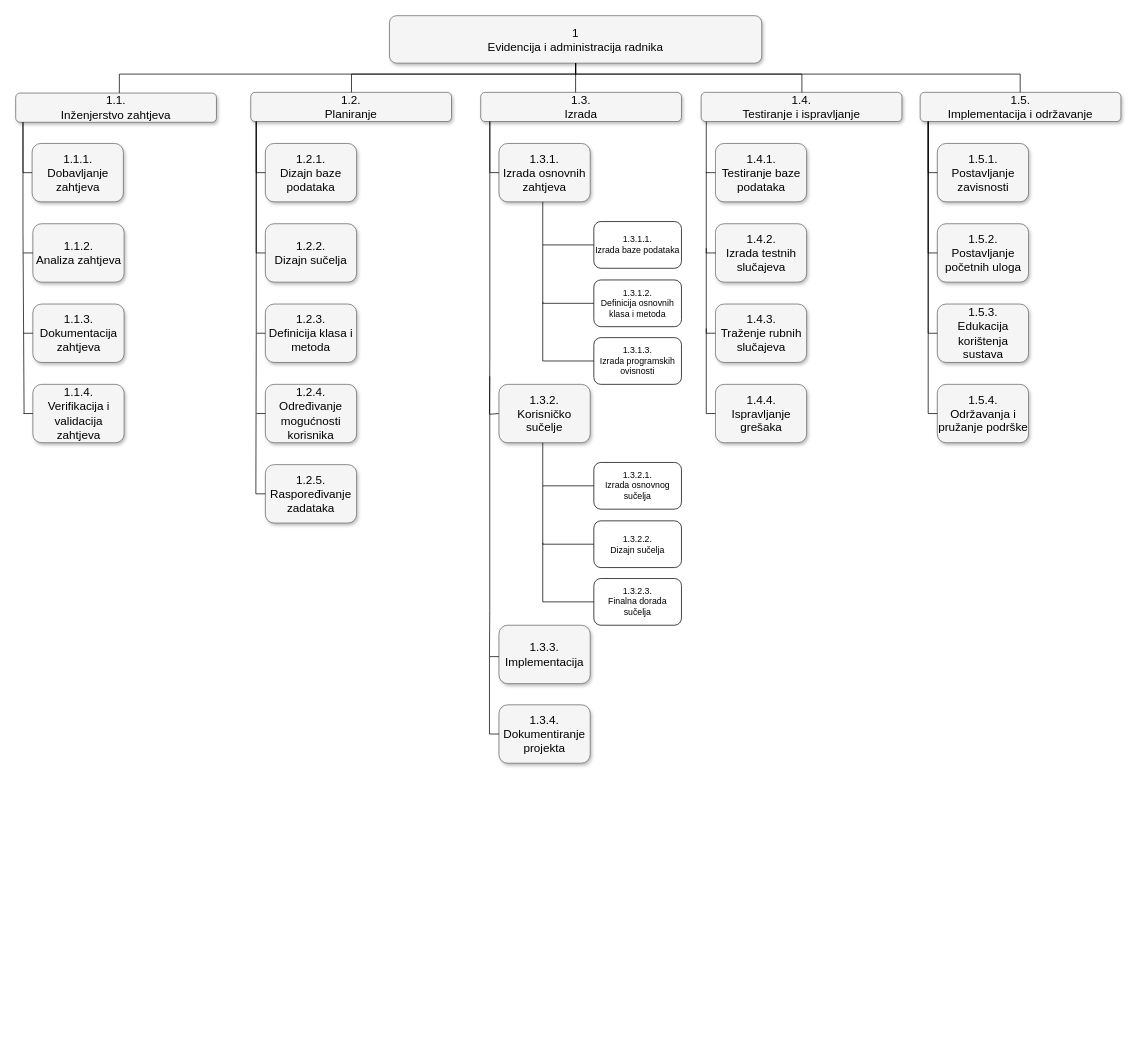
Before: Documentation/EIAR_wbs.drawio in Alpfonso/Evidencija-i-administracija-radnika, a draw.io diagram. Source tidied: cells renumbered, new cells numbered last; positions are measured from the earlier drawing's top-left corner, leaving out a move shared by most shapes. Both pictures are drawn from the tidied source at 73%, with x=0, y=0 at pixel (15, 15).
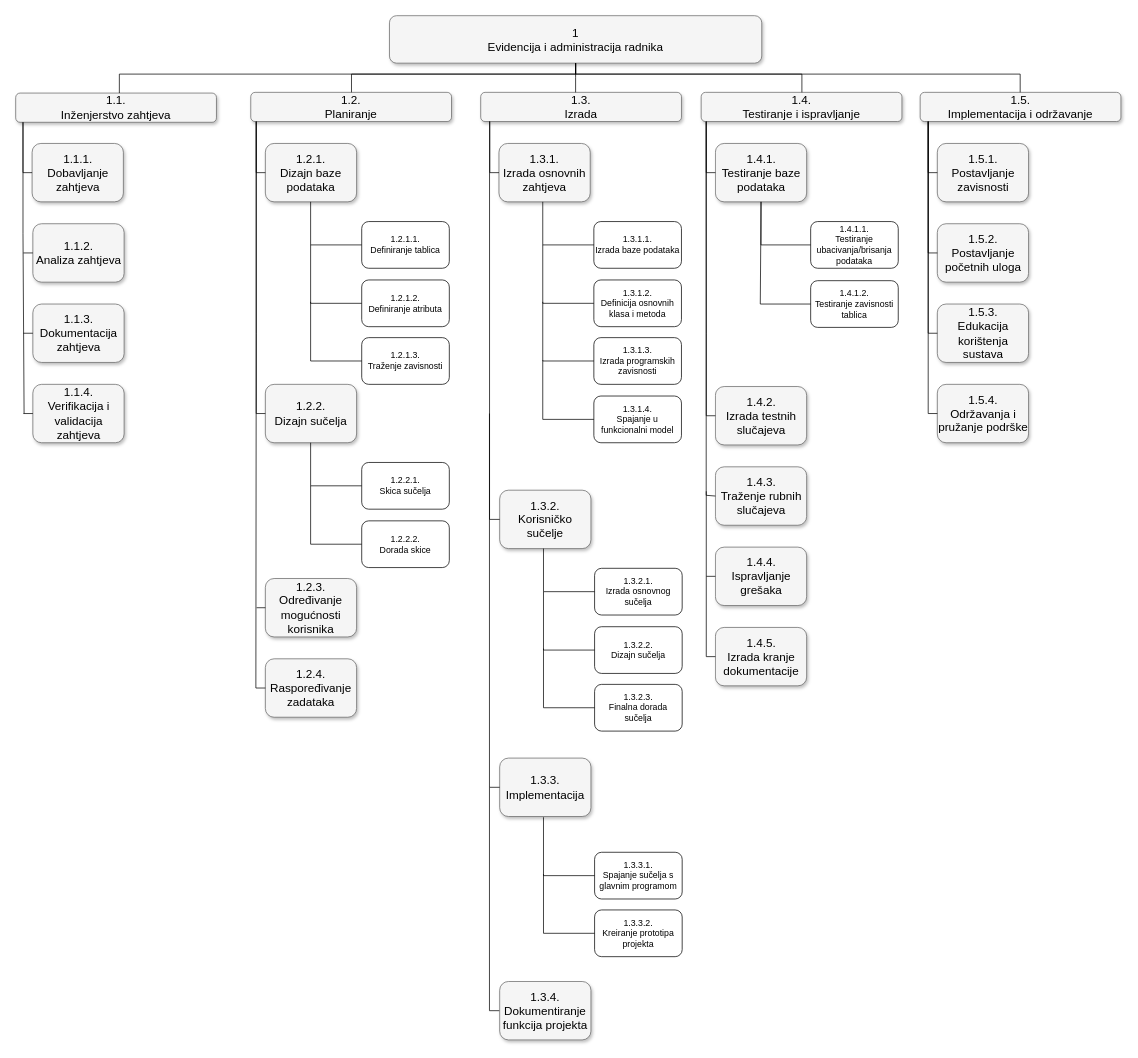
The same diagram, later.

The change refers to these unchanged cells:
```xml
<mxCell id="4" value="1.3.&lt;br&gt;Izrada" style="whiteSpace=wrap;html=1;rounded=1;shadow=1;strokeWidth=1;fontSize=16;align=center;fillColor=#f5f5f5;strokeColor=#666666;" parent="1" vertex="1">
  <mxGeometry x="637" y="105" width="275" height="40" as="geometry" />
</mxCell>
<mxCell id="6" value="1.4.&lt;br&gt;Testiranje i ispravljanje" style="whiteSpace=wrap;html=1;rounded=1;shadow=1;strokeWidth=1;fontSize=16;align=center;fillColor=#f5f5f5;strokeColor=#666666;" parent="1" vertex="1">
  <mxGeometry x="939" y="105" width="275" height="40" as="geometry" />
</mxCell>
<mxCell id="11" value="1.4.1.&lt;br&gt;Testiranje baze podataka" style="whiteSpace=wrap;html=1;rounded=1;shadow=1;strokeWidth=1;fontSize=16;align=center;fillColor=#f5f5f5;strokeColor=#666666;" parent="1" vertex="1">
  <mxGeometry x="958.5" y="175" width="125" height="80" as="geometry" />
</mxCell>
```

What changed in the source:
```diff
@@
     <mxCell id="13" value="1.2.2.&lt;br&gt;Dizajn sučelja" style="whiteSpace=wrap;html=1;rounded=1;shadow=1;strokeWidth=1;fontSize=16;align=center;fillColor=#f5f5f5;strokeColor=#666666;" parent="1" vertex="1">
-      <mxGeometry x="342" y="285" width="125" height="80" as="geometry" />
+      <mxGeometry x="342" y="505" width="125" height="80" as="geometry" />
     </mxCell>
@@
-    <mxCell id="18" value="1.2.5.&lt;br&gt;Raspoređivanje zadataka" style="whiteSpace=wrap;html=1;rounded=1;shadow=1;strokeWidth=1;fontSize=16;align=center;fillColor=#f5f5f5;strokeColor=#666666;" parent="1" vertex="1">
-      <mxGeometry x="342" y="615" width="125" height="80" as="geometry" />
+    <mxCell id="18" value="1.2.4.&lt;br&gt;Raspoređivanje zadataka" style="whiteSpace=wrap;html=1;rounded=1;shadow=1;strokeWidth=1;fontSize=16;align=center;fillColor=#f5f5f5;strokeColor=#666666;" parent="1" vertex="1">
+      <mxGeometry x="342" y="881" width="125" height="80" as="geometry" />
     </mxCell>
@@
     <mxCell id="25" style="edgeStyle=orthogonalEdgeStyle;html=1;startSize=6;endFill=0;endSize=6;strokeWidth=1;fontSize=16;rounded=0;entryX=0;entryY=0.5;endArrow=none;" parent="1" edge="1" target="13">
       <mxGeometry relative="1" as="geometry">
         <mxPoint x="329.5" y="145" as="sourcePoint" />
         <Array as="points">
-          <mxPoint x="330" y="325" />
+          <mxPoint x="330" y="545" />
         </Array>
       </mxGeometry>
     </mxCell>
@@
-    <mxCell id="27" style="edgeStyle=orthogonalEdgeStyle;html=1;startSize=6;endFill=0;endSize=6;strokeWidth=1;fontSize=16;rounded=0;endArrow=none;entryX=0;entryY=0.5;entryDx=0;entryDy=0;" parent="1" edge="1" target="51">
-      <mxGeometry relative="1" as="geometry">
-        <mxPoint x="649.5" y="145" as="sourcePoint" />
-        <Array as="points">
-          <mxPoint x="650" y="466" />
-          <mxPoint x="649" y="466" />
-          <mxPoint x="649" y="546" />
-          <mxPoint x="662" y="546" />
-        </Array>
-      </mxGeometry>
-    </mxCell>
@@
-    <mxCell id="41" value="1.2.4.&lt;br&gt;Određivanje mogućnosti korisnika" style="whiteSpace=wrap;html=1;rounded=1;shadow=1;strokeWidth=1;fontSize=16;align=center;fillColor=#f5f5f5;strokeColor=#666666;" parent="1" vertex="1">
-      <mxGeometry x="342" y="505" width="125" height="80" as="geometry" />
+    <mxCell id="41" value="1.2.3.&lt;br&gt;Određivanje mogućnosti korisnika" style="whiteSpace=wrap;html=1;rounded=1;shadow=1;strokeWidth=1;fontSize=16;align=center;fillColor=#f5f5f5;strokeColor=#666666;" parent="1" vertex="1">
+      <mxGeometry x="342" y="771" width="125" height="80" as="geometry" />
     </mxCell>
     <mxCell id="42" style="edgeStyle=orthogonalEdgeStyle;html=1;startSize=6;endFill=0;endSize=6;strokeWidth=1;fontSize=16;rounded=0;entryX=0;entryY=0.5;endArrow=none;" parent="1" edge="1" target="41">
       <mxGeometry relative="1" as="geometry">
-        <mxPoint x="330" y="545" as="sourcePoint" />
+        <mxPoint x="330" y="811" as="sourcePoint" />
         <Array as="points">
-          <mxPoint x="330" y="545" />
+          <mxPoint x="330" y="811" />
         </Array>
       </mxGeometry>
     </mxCell>
-    <mxCell id="43" value="1.2.3.&lt;br&gt;Definicija klasa i metoda" style="whiteSpace=wrap;html=1;rounded=1;shadow=1;strokeWidth=1;fontSize=16;align=center;fillColor=#f5f5f5;strokeColor=#666666;" parent="1" vertex="1">
-      <mxGeometry x="342" y="395" width="125" height="80" as="geometry" />
-    </mxCell>
-    <mxCell id="44" style="edgeStyle=orthogonalEdgeStyle;html=1;startSize=6;endFill=0;endSize=6;strokeWidth=1;fontSize=16;rounded=0;entryX=0;entryY=0.5;endArrow=none;" parent="1" edge="1" target="43">
-      <mxGeometry relative="1" as="geometry">
-        <mxPoint x="330" y="435" as="sourcePoint" />
-        <Array as="points">
-          <mxPoint x="330" y="435" />
-        </Array>
-      </mxGeometry>
-    </mxCell>
@@
-    <mxCell id="49" value="1.3.1.3.&lt;br&gt;Izrada programskih ovisnosti" style="rounded=1;whiteSpace=wrap;html=1;" parent="1" vertex="1">
+    <mxCell id="49" value="1.3.1.3.&lt;br&gt;Izrada programskih zavisnosti" style="rounded=1;whiteSpace=wrap;html=1;" parent="1" vertex="1">
       <mxGeometry x="792" y="441" width="120" height="64" as="geometry" />
     </mxCell>
@@
     <mxCell id="51" value="&lt;span&gt;1.3.2.&lt;br&gt;Korisničko sučelje&lt;br&gt;&lt;/span&gt;" style="whiteSpace=wrap;html=1;rounded=1;shadow=1;strokeWidth=1;fontSize=16;align=center;fillColor=#f5f5f5;strokeColor=#666666;" parent="1" vertex="1">
-      <mxGeometry x="662" y="505" width="125" height="80" as="geometry" />
+      <mxGeometry x="663" y="650" width="125" height="80" as="geometry" />
     </mxCell>
     <mxCell id="52" value="1.3.2.1.&lt;br&gt;Izrada osnovnog sučelja" style="rounded=1;whiteSpace=wrap;html=1;" parent="1" vertex="1">
-      <mxGeometry x="792" y="612" width="120" height="64" as="geometry" />
+      <mxGeometry x="793" y="757" width="120" height="64" as="geometry" />
     </mxCell>
     <mxCell id="53" style="endArrow=none;html=1;strokeColor=#000000;exitX=0.48;exitY=1;exitDx=0;exitDy=0;entryX=0;entryY=0.5;entryDx=0;entryDy=0;rounded=0;exitPerimeter=0;" parent="1" edge="1" target="52">
       <mxGeometry relative="1" as="geometry">
-        <mxPoint x="722" y="585" as="sourcePoint" />
+        <mxPoint x="723" y="730" as="sourcePoint" />
         <Array as="points">
-          <mxPoint x="722" y="644" />
+          <mxPoint x="723" y="789" />
         </Array>
       </mxGeometry>
     </mxCell>
     <mxCell id="54" value="1.3.2.2.&lt;br&gt;Dizajn sučelja" style="rounded=1;whiteSpace=wrap;html=1;" parent="1" vertex="1">
-      <mxGeometry x="792" y="692" width="120" height="64" as="geometry" />
+      <mxGeometry x="793" y="837" width="120" height="64" as="geometry" />
     </mxCell>
     <mxCell id="55" style="endArrow=none;html=1;strokeColor=#000000;entryX=0;entryY=0.5;entryDx=0;entryDy=0;rounded=0;" parent="1" edge="1" target="54">
       <mxGeometry relative="1" as="geometry">
-        <mxPoint x="722" y="644" as="sourcePoint" />
+        <mxPoint x="723" y="789" as="sourcePoint" />
         <Array as="points">
-          <mxPoint x="722" y="724" />
+          <mxPoint x="723" y="869" />
         </Array>
       </mxGeometry>
     </mxCell>
     <mxCell id="56" value="1.3.2.3.&lt;br&gt;Finalna dorada sučelja" style="rounded=1;whiteSpace=wrap;html=1;" parent="1" vertex="1">
-      <mxGeometry x="792" y="771" width="120" height="64" as="geometry" />
+      <mxGeometry x="793" y="916" width="120" height="64" as="geometry" />
     </mxCell>
     <mxCell id="57" style="endArrow=none;html=1;exitX=0;exitY=0.5;exitDx=0;exitDy=0;rounded=0;" parent="1" edge="1" source="56">
       <mxGeometry relative="1" as="geometry">
-        <mxPoint x="722" y="722" as="targetPoint" />
+        <mxPoint x="723" y="867" as="targetPoint" />
         <Array as="points">
-          <mxPoint x="722" y="803" />
+          <mxPoint x="723" y="948" />
         </Array>
       </mxGeometry>
     </mxCell>
     <mxCell id="58" value="&lt;span&gt;1.3.3.&lt;br&gt;Implementacija&lt;br&gt;&lt;/span&gt;" style="whiteSpace=wrap;html=1;rounded=1;shadow=1;strokeWidth=1;fontSize=16;align=center;fillColor=#f5f5f5;strokeColor=#666666;" parent="1" vertex="1">
-      <mxGeometry x="662" y="835" width="125" height="80" as="geometry" />
+      <mxGeometry x="663" y="1017" width="125" height="80" as="geometry" />
     </mxCell>
-    <mxCell id="59" style="edgeStyle=orthogonalEdgeStyle;html=1;startSize=6;endFill=0;endSize=6;strokeWidth=1;fontSize=16;rounded=0;endArrow=none;" parent="1" edge="1">
+    <mxCell id="59" style="edgeStyle=orthogonalEdgeStyle;html=1;startSize=6;endFill=0;endSize=6;strokeWidth=1;fontSize=16;rounded=0;endArrow=none;entryX=0;entryY=0.5;entryDx=0;entryDy=0;" parent="1" edge="1" target="58">
       <mxGeometry relative="1" as="geometry">
-        <mxPoint x="649.4" y="494" as="sourcePoint" />
-        <mxPoint x="662" y="878" as="targetPoint" />
+        <mxPoint x="649" y="545" as="sourcePoint" />
         <Array as="points">
-          <mxPoint x="649" y="815" />
-          <mxPoint x="649" y="815" />
-          <mxPoint x="649" y="878" />
-          <mxPoint x="662" y="878" />
+          <mxPoint x="649" y="1057" />
         </Array>
       </mxGeometry>
     </mxCell>
-    <mxCell id="60" value="&lt;span&gt;1.3.4.&lt;br&gt;Dokumentiranje projekta&lt;br&gt;&lt;/span&gt;" style="whiteSpace=wrap;html=1;rounded=1;shadow=1;strokeWidth=1;fontSize=16;align=center;fillColor=#f5f5f5;strokeColor=#666666;" parent="1" vertex="1">
-      <mxGeometry x="662" y="944" width="125" height="80" as="geometry" />
-    </mxCell>
-    <mxCell id="61" style="edgeStyle=orthogonalEdgeStyle;html=1;startSize=6;endFill=0;endSize=6;strokeWidth=1;fontSize=16;rounded=0;endArrow=none;entryX=0;entryY=0.5;entryDx=0;entryDy=0;" parent="1" edge="1" target="60">
+    <mxCell id="61" style="edgeStyle=orthogonalEdgeStyle;html=1;startSize=6;endFill=0;endSize=6;strokeWidth=1;fontSize=16;rounded=0;endArrow=none;entryX=0;entryY=0.5;entryDx=0;entryDy=0;" parent="1" edge="1" target="81">
       <mxGeometry relative="1" as="geometry">
-        <mxPoint x="649" y="878" as="sourcePoint" />
+        <mxPoint x="649" y="1057" as="sourcePoint" />
         <Array as="points">
-          <mxPoint x="649" y="984" />
+          <mxPoint x="649" y="1363" />
         </Array>
       </mxGeometry>
     </mxCell>
     <mxCell id="62" value="1.4.2.&lt;br&gt;Izrada testnih slučajeva" style="whiteSpace=wrap;html=1;rounded=1;shadow=1;strokeWidth=1;fontSize=16;align=center;fillColor=#f5f5f5;strokeColor=#666666;" parent="1" vertex="1">
-      <mxGeometry x="958.5" y="285" width="125" height="80" as="geometry" />
+      <mxGeometry x="958.5" y="508" width="125" height="80" as="geometry" />
     </mxCell>
-    <mxCell id="63" style="edgeStyle=orthogonalEdgeStyle;html=1;startSize=6;endFill=0;endSize=6;strokeWidth=1;fontSize=16;rounded=0;endArrow=none;" parent="1" edge="1">
-      <mxGeometry relative="1" as="geometry">
-        <mxPoint x="946" y="214" as="sourcePoint" />
-        <mxPoint x="959" y="325" as="targetPoint" />
-        <Array as="points">
-          <mxPoint x="946" y="325" />
-        </Array>
-      </mxGeometry>
-    </mxCell>
     <mxCell id="64" value="1.4.3.&lt;br&gt;Traženje rubnih slučajeva" style="whiteSpace=wrap;html=1;rounded=1;shadow=1;strokeWidth=1;fontSize=16;align=center;fillColor=#f5f5f5;strokeColor=#666666;" parent="1" vertex="1">
-      <mxGeometry x="958.5" y="395" width="125" height="80" as="geometry" />
+      <mxGeometry x="958.5" y="618" width="125" height="80" as="geometry" />
     </mxCell>
-    <mxCell id="65" style="edgeStyle=orthogonalEdgeStyle;html=1;startSize=6;endFill=0;endSize=6;strokeWidth=1;fontSize=16;rounded=0;endArrow=none;entryX=0;entryY=0.5;" parent="1" edge="1" target="64">
+    <mxCell id="65" style="edgeStyle=orthogonalEdgeStyle;html=1;startSize=6;endFill=0;endSize=6;strokeWidth=1;fontSize=16;rounded=0;endArrow=none;entryX=0;entryY=0.5;exitX=0.025;exitY=1;exitDx=0;exitDy=0;exitPerimeter=0;" parent="1" edge="1" source="6" target="64">
       <mxGeometry relative="1" as="geometry">
-        <mxPoint x="946" y="318.5" as="sourcePoint" />
         <Array as="points">
-          <mxPoint x="946" y="435" />
+          <mxPoint x="946" y="657" />
+          <mxPoint x="958" y="657" />
         </Array>
       </mxGeometry>
     </mxCell>
     <mxCell id="66" value="1.4.4.&lt;br&gt;Ispravljanje grešaka" style="whiteSpace=wrap;html=1;rounded=1;shadow=1;strokeWidth=1;fontSize=16;align=center;fillColor=#f5f5f5;strokeColor=#666666;" parent="1" vertex="1">
-      <mxGeometry x="958.5" y="505" width="125" height="80" as="geometry" />
+      <mxGeometry x="958.5" y="728" width="125" height="80" as="geometry" />
     </mxCell>
     <mxCell id="67" style="edgeStyle=orthogonalEdgeStyle;html=1;startSize=6;endFill=0;endSize=6;strokeWidth=1;fontSize=16;rounded=0;endArrow=none;entryX=0;entryY=0.5;" parent="1" edge="1" target="66">
       <mxGeometry relative="1" as="geometry">
-        <mxPoint x="946" y="428.5" as="sourcePoint" />
+        <mxPoint x="946" y="651.5" as="sourcePoint" />
         <Array as="points">
-          <mxPoint x="946" y="545" />
+          <mxPoint x="946" y="768" />
         </Array>
       </mxGeometry>
     </mxCell>
+    <mxCell id="68" value="1.2.1.1.&lt;br&gt;Definiranje tablica" style="rounded=1;whiteSpace=wrap;html=1;" parent="1" vertex="1">
+      <mxGeometry x="474" y="282" width="120" height="64" as="geometry" />
+    </mxCell>
+    <mxCell id="69" style="endArrow=none;html=1;strokeColor=#000000;exitX=0.48;exitY=1;exitDx=0;exitDy=0;entryX=0;entryY=0.5;entryDx=0;entryDy=0;rounded=0;exitPerimeter=0;" parent="1" edge="1" target="68">
+      <mxGeometry relative="1" as="geometry">
+        <mxPoint x="404" y="255" as="sourcePoint" />
+        <Array as="points">
+          <mxPoint x="404" y="314" />
+        </Array>
+      </mxGeometry>
+    </mxCell>
+    <mxCell id="70" value="1.2.1.2.&lt;br&gt;Definiranje atributa" style="rounded=1;whiteSpace=wrap;html=1;" parent="1" vertex="1">
+      <mxGeometry x="474" y="362" width="120" height="64" as="geometry" />
+    </mxCell>
+    <mxCell id="71" style="endArrow=none;html=1;strokeColor=#000000;entryX=0;entryY=0.5;entryDx=0;entryDy=0;rounded=0;" parent="1" edge="1" target="70">
+      <mxGeometry relative="1" as="geometry">
+        <mxPoint x="404" y="314" as="sourcePoint" />
+        <Array as="points">
+          <mxPoint x="404" y="394" />
+        </Array>
+      </mxGeometry>
+    </mxCell>
+    <mxCell id="72" value="1.2.1.3.&lt;br&gt;Traženje zavisnosti" style="rounded=1;whiteSpace=wrap;html=1;" parent="1" vertex="1">
+      <mxGeometry x="474" y="441" width="120" height="64" as="geometry" />
+    </mxCell>
+    <mxCell id="73" style="endArrow=none;html=1;exitX=0;exitY=0.5;exitDx=0;exitDy=0;rounded=0;" parent="1" edge="1" source="72">
+      <mxGeometry relative="1" as="geometry">
+        <mxPoint x="404" y="392" as="targetPoint" />
+        <Array as="points">
+          <mxPoint x="404" y="473" />
+        </Array>
+      </mxGeometry>
+    </mxCell>
+    <mxCell id="74" value="1.2.2.1.&lt;br&gt;Skica sučelja" style="rounded=1;whiteSpace=wrap;html=1;" parent="1" vertex="1">
+      <mxGeometry x="474" y="612" width="120" height="64" as="geometry" />
+    </mxCell>
+    <mxCell id="75" style="endArrow=none;html=1;strokeColor=#000000;exitX=0.48;exitY=1;exitDx=0;exitDy=0;entryX=0;entryY=0.5;entryDx=0;entryDy=0;rounded=0;exitPerimeter=0;" parent="1" edge="1" target="74">
+      <mxGeometry relative="1" as="geometry">
+        <mxPoint x="404" y="585" as="sourcePoint" />
+        <Array as="points">
+          <mxPoint x="404" y="644" />
+        </Array>
+      </mxGeometry>
+    </mxCell>
+    <mxCell id="76" value="1.2.2.2.&lt;br&gt;Dorada skice" style="rounded=1;whiteSpace=wrap;html=1;" parent="1" vertex="1">
+      <mxGeometry x="474" y="692" width="120" height="64" as="geometry" />
+    </mxCell>
+    <mxCell id="77" style="endArrow=none;html=1;strokeColor=#000000;entryX=0;entryY=0.5;entryDx=0;entryDy=0;rounded=0;" parent="1" edge="1" target="76">
+      <mxGeometry relative="1" as="geometry">
+        <mxPoint x="404" y="644" as="sourcePoint" />
+        <Array as="points">
+          <mxPoint x="404" y="724" />
+        </Array>
+      </mxGeometry>
+    </mxCell>
+    <mxCell id="78" style="edgeStyle=orthogonalEdgeStyle;html=1;startSize=6;endFill=0;endSize=6;strokeWidth=1;fontSize=16;rounded=0;endArrow=none;entryX=0;entryY=0.5;entryDx=0;entryDy=0;exitX=0.044;exitY=0.993;exitDx=0;exitDy=0;exitPerimeter=0;" parent="1" edge="1" source="4" target="51">
+      <mxGeometry relative="1" as="geometry">
+        <Array as="points">
+          <mxPoint x="649" y="690" />
+        </Array>
+      </mxGeometry>
+    </mxCell>
+    <mxCell id="79" value="1.3.1.4.&lt;br&gt;Spajanje u funkcionalni model" style="rounded=1;whiteSpace=wrap;html=1;" parent="1" vertex="1">
+      <mxGeometry x="792" y="521" width="120" height="64" as="geometry" />
+    </mxCell>
+    <mxCell id="80" style="endArrow=none;html=1;exitX=0;exitY=0.5;exitDx=0;exitDy=0;rounded=0;" parent="1" edge="1" source="79">
+      <mxGeometry relative="1" as="geometry">
+        <mxPoint x="722" y="472" as="targetPoint" />
+        <Array as="points">
+          <mxPoint x="722" y="553" />
+        </Array>
+      </mxGeometry>
+    </mxCell>
+    <mxCell id="81" value="&lt;span&gt;1.3.4.&lt;br&gt;Dokumentiranje funkcija projekta&lt;br&gt;&lt;/span&gt;" style="whiteSpace=wrap;html=1;rounded=1;shadow=1;strokeWidth=1;fontSize=16;align=center;fillColor=#f5f5f5;strokeColor=#666666;" parent="1" vertex="1">
+      <mxGeometry x="663" y="1323" width="125" height="80" as="geometry" />
+    </mxCell>
+    <mxCell id="82" value="1.3.3.1.&lt;br&gt;Spajanje sučelja s glavnim programom" style="rounded=1;whiteSpace=wrap;html=1;" parent="1" vertex="1">
+      <mxGeometry x="793" y="1146" width="120" height="64" as="geometry" />
+    </mxCell>
+    <mxCell id="83" style="endArrow=none;html=1;strokeColor=#000000;entryX=0;entryY=0.5;entryDx=0;entryDy=0;rounded=0;" parent="1" edge="1" target="82">
+      <mxGeometry relative="1" as="geometry">
+        <mxPoint x="723" y="1098" as="sourcePoint" />
+        <Array as="points">
+          <mxPoint x="723" y="1178" />
+        </Array>
+      </mxGeometry>
+    </mxCell>
+    <mxCell id="84" value="1.3.3.2.&lt;br&gt;Kreiranje prototipa projekta" style="rounded=1;whiteSpace=wrap;html=1;" parent="1" vertex="1">
+      <mxGeometry x="793" y="1225" width="120" height="64" as="geometry" />
+    </mxCell>
+    <mxCell id="85" style="endArrow=none;html=1;exitX=0;exitY=0.5;exitDx=0;exitDy=0;rounded=0;" parent="1" edge="1" source="84">
+      <mxGeometry relative="1" as="geometry">
+        <mxPoint x="723" y="1176" as="targetPoint" />
+        <Array as="points">
+          <mxPoint x="723" y="1257" />
+        </Array>
+      </mxGeometry>
+    </mxCell>
+    <mxCell id="86" value="&lt;span&gt;1.4.5.&lt;br&gt;Izrada kranje dokumentacije&lt;br&gt;&lt;/span&gt;" style="whiteSpace=wrap;html=1;rounded=1;shadow=1;strokeWidth=1;fontSize=16;align=center;fillColor=#f5f5f5;strokeColor=#666666;" parent="1" vertex="1">
+      <mxGeometry x="958.5" y="838" width="125" height="80" as="geometry" />
+    </mxCell>
+    <mxCell id="87" style="endArrow=none;html=1;exitX=0;exitY=0.5;exitDx=0;exitDy=0;rounded=0;" parent="1" edge="1" source="86">
+      <mxGeometry relative="1" as="geometry">
+        <mxPoint x="946" y="768" as="targetPoint" />
+        <Array as="points">
+          <mxPoint x="946" y="878" />
+        </Array>
+      </mxGeometry>
+    </mxCell>
+    <mxCell id="88" value="1.4.1.1.&lt;br&gt;Testiranje ubacivanja/brisanja podataka" style="rounded=1;whiteSpace=wrap;html=1;" parent="1" vertex="1">
+      <mxGeometry x="1089" y="282" width="120" height="64" as="geometry" />
+    </mxCell>
+    <mxCell id="89" style="endArrow=none;html=1;strokeColor=#000000;exitX=0.5;exitY=1;exitDx=0;exitDy=0;entryX=0;entryY=0.5;entryDx=0;entryDy=0;rounded=0;" parent="1" edge="1" source="11" target="88">
+      <mxGeometry relative="1" as="geometry">
+        <Array as="points">
+          <mxPoint x="1021" y="314" />
+        </Array>
+      </mxGeometry>
+    </mxCell>
+    <mxCell id="90" style="endArrow=none;html=1;exitX=0;exitY=0.5;exitDx=0;exitDy=0;rounded=0;entryX=0.025;entryY=0.999;entryDx=0;entryDy=0;entryPerimeter=0;" parent="1" edge="1" source="62" target="6">
+      <mxGeometry relative="1" as="geometry">
+        <Array as="points">
+          <mxPoint x="946" y="548" />
+          <mxPoint x="946" y="435" />
+        </Array>
+      </mxGeometry>
+    </mxCell>
+    <mxCell id="91" value="1.4.1.2.&lt;br&gt;Testiranje zavisnosti tablica" style="rounded=1;whiteSpace=wrap;html=1;" parent="1" vertex="1">
+      <mxGeometry x="1089" y="363" width="120" height="64" as="geometry" />
+    </mxCell>
+    <mxCell id="92" style="endArrow=none;html=1;strokeColor=#000000;exitX=0.5;exitY=1;exitDx=0;exitDy=0;entryX=0;entryY=0.5;entryDx=0;entryDy=0;rounded=0;" parent="1" edge="1" source="11" target="91">
+      <mxGeometry relative="1" as="geometry">
+        <Array as="points">
+          <mxPoint x="1020" y="395" />
+        </Array>
+      </mxGeometry>
+    </mxCell>
```
